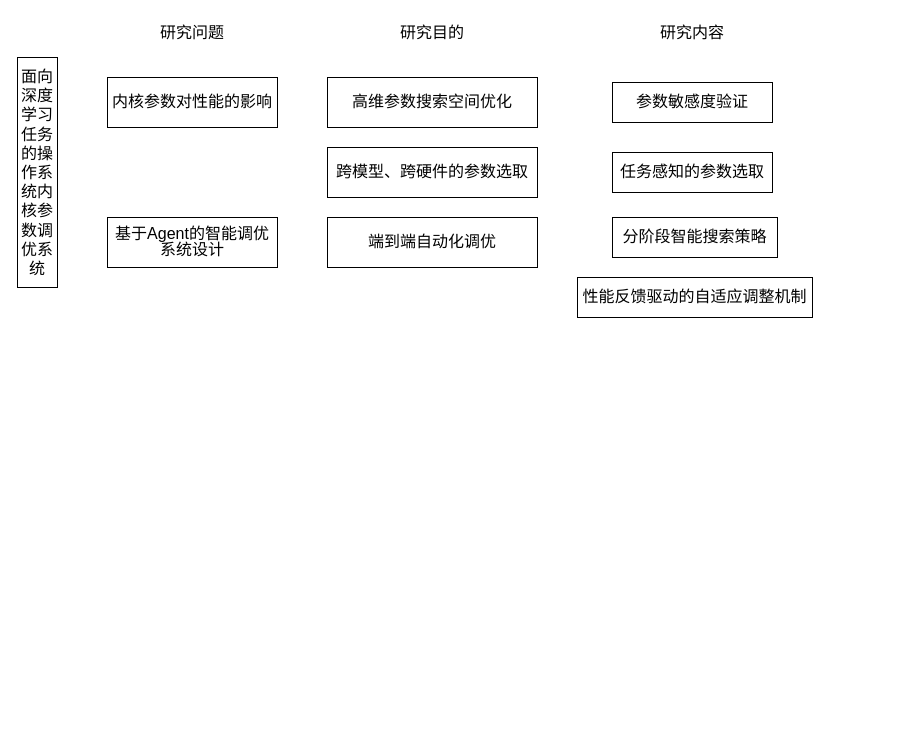
DonCoyi/_pictures keeps this draw.io diagram as 硕士论文1.drawio. Above is the earlier version. Source tidied: cells renumbered, new cells numbered last; positions are measured from the earlier drawing's top-left corner, leaving out a move shared by most shapes. Both pictures are drawn from the tidied source at 100%, with x=0, y=0 at pixel (17, 17).
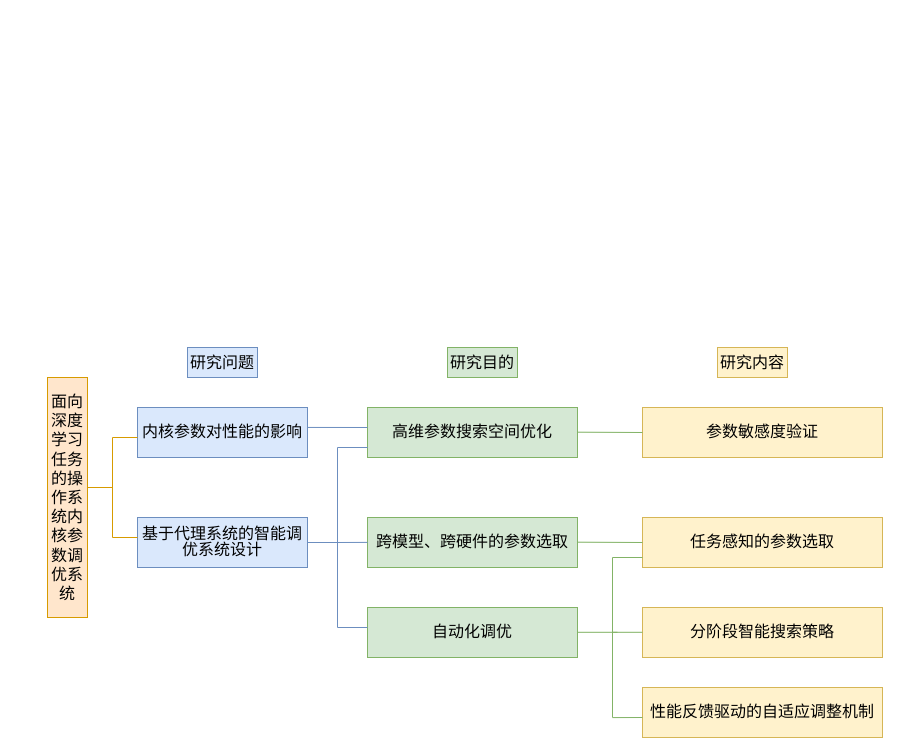
Above is the later version.

Commit message:
更新硕士论文1.drawio

Change to the diagram source:
```diff
@@
-    <mxCell id="2" value="&lt;p class=&quot;MsoNormal&quot; align=&quot;center&quot; style=&quot;text-indent: 0cm; line-height: 120%;&quot;&gt;&lt;font style=&quot;font-size: 16px;&quot;&gt;&lt;a name=&quot;_Toc162113345&quot;&gt;&lt;/a&gt;&lt;a name=&quot;_Toc162125558&quot;&gt;&lt;/a&gt;&lt;a name=&quot;_Toc162125782&quot;&gt;&lt;/a&gt;&lt;a name=&quot;_Toc162200578&quot;&gt;&lt;/a&gt;&lt;a name=&quot;_Toc162626720&quot;&gt;&lt;/a&gt;&lt;a name=&quot;_Toc162702312&quot;&gt;&lt;/a&gt;&lt;a name=&quot;_Toc162807064&quot;&gt;&lt;span style=&quot;line-height: 120%; font-family: 宋体;&quot;&gt;面向深度学习任务的操作系统内核参数调优系统&lt;/span&gt;&lt;/a&gt;&lt;/font&gt;&lt;b&gt;&lt;span lang=&quot;EN-US&quot; style=&quot;font-size:&amp;lt;br/&amp;gt;26.0pt;mso-bidi-font-size:12.0pt;line-height:120%&quot;&gt;&lt;/span&gt;&lt;/b&gt;&lt;/p&gt;" style="rounded=0;whiteSpace=wrap;html=1;" parent="1" vertex="1">
-      <mxGeometry y="40" width="40" height="230" as="geometry" />
+    <mxCell id="2" value="&lt;p class=&quot;MsoNormal&quot; align=&quot;center&quot; style=&quot;text-indent: 0cm; line-height: 120%;&quot;&gt;&lt;font style=&quot;font-size: 16px;&quot;&gt;&lt;a name=&quot;_Toc162113345&quot;&gt;&lt;/a&gt;&lt;a name=&quot;_Toc162125558&quot;&gt;&lt;/a&gt;&lt;a name=&quot;_Toc162125782&quot;&gt;&lt;/a&gt;&lt;a name=&quot;_Toc162200578&quot;&gt;&lt;/a&gt;&lt;a name=&quot;_Toc162626720&quot;&gt;&lt;/a&gt;&lt;a name=&quot;_Toc162702312&quot;&gt;&lt;/a&gt;&lt;a name=&quot;_Toc162807064&quot;&gt;&lt;span style=&quot;line-height: 120%; font-family: 宋体;&quot;&gt;面向深度学习任务的操作系统内核参数调优系统&lt;/span&gt;&lt;/a&gt;&lt;/font&gt;&lt;b&gt;&lt;span lang=&quot;EN-US&quot; style=&quot;font-size:&amp;lt;br/&amp;gt;26.0pt;mso-bidi-font-size:12.0pt;line-height:120%&quot;&gt;&lt;/span&gt;&lt;/b&gt;&lt;/p&gt;" style="rounded=0;whiteSpace=wrap;html=1;fillColor=#ffe6cc;strokeColor=#d79b00;" parent="1" vertex="1">
+      <mxGeometry x="30" y="360" width="40" height="240" as="geometry" />
     </mxCell>
-    <mxCell id="3" value="&lt;p class=&quot;MsoNormal&quot; align=&quot;center&quot; style=&quot;text-indent: 0cm; line-height: 120%;&quot;&gt;&lt;font face=&quot;宋体&quot;&gt;&lt;span style=&quot;font-size: 16px;&quot;&gt;内核参数对性能的影响&lt;/span&gt;&lt;/font&gt;&lt;/p&gt;" style="rounded=0;whiteSpace=wrap;html=1;" parent="1" vertex="1">
-      <mxGeometry x="90" y="60" width="170" height="50" as="geometry" />
+    <mxCell id="3" value="&lt;p class=&quot;MsoNormal&quot; align=&quot;center&quot; style=&quot;text-indent: 0cm; line-height: 120%;&quot;&gt;&lt;font face=&quot;宋体&quot;&gt;&lt;span style=&quot;font-size: 16px;&quot;&gt;内核参数对性能的影响&lt;/span&gt;&lt;/font&gt;&lt;/p&gt;" style="rounded=0;whiteSpace=wrap;html=1;fillColor=#dae8fc;strokeColor=#6c8ebf;" parent="1" vertex="1">
+      <mxGeometry x="120" y="390" width="170" height="50" as="geometry" />
     </mxCell>
-    <mxCell id="4" value="&lt;p class=&quot;MsoNormal&quot; align=&quot;center&quot; style=&quot;text-indent: 0cm; line-height: 120%;&quot;&gt;&lt;font face=&quot;宋体&quot;&gt;&lt;span style=&quot;font-size: 16px;&quot;&gt;基于Agent的智能调优系统设计&lt;/span&gt;&lt;/font&gt;&lt;/p&gt;" style="rounded=0;whiteSpace=wrap;html=1;" parent="1" vertex="1">
-      <mxGeometry x="90" y="200" width="170" height="50" as="geometry" />
+    <mxCell id="4" value="&lt;p class=&quot;MsoNormal&quot; align=&quot;center&quot; style=&quot;text-indent: 0cm; line-height: 120%;&quot;&gt;&lt;font face=&quot;宋体&quot;&gt;&lt;span style=&quot;font-size: 16px;&quot;&gt;基于代理系统的智能调优系统设计&lt;/span&gt;&lt;/font&gt;&lt;/p&gt;" style="rounded=0;whiteSpace=wrap;html=1;fillColor=#dae8fc;strokeColor=#6c8ebf;" parent="1" vertex="1">
+      <mxGeometry x="120" y="500" width="170" height="50" as="geometry" />
     </mxCell>
-    <mxCell id="5" value="&lt;font style=&quot;font-size: 16px;&quot;&gt;研究问题&lt;/font&gt;" style="text;html=1;whiteSpace=wrap;strokeColor=none;fillColor=none;align=center;verticalAlign=middle;rounded=0;" parent="1" vertex="1">
-      <mxGeometry x="140" width="70" height="30" as="geometry" />
+    <mxCell id="5" value="&lt;font style=&quot;font-size: 16px;&quot; face=&quot;宋体&quot;&gt;研究问题&lt;/font&gt;" style="text;html=1;whiteSpace=wrap;strokeColor=#6c8ebf;fillColor=#dae8fc;align=center;verticalAlign=middle;rounded=0;" parent="1" vertex="1">
+      <mxGeometry x="170" y="330" width="70" height="30" as="geometry" />
     </mxCell>
-    <mxCell id="6" value="&lt;span style=&quot;font-size: 16px;&quot;&gt;研究目的&lt;/span&gt;" style="text;html=1;whiteSpace=wrap;strokeColor=none;fillColor=none;align=center;verticalAlign=middle;rounded=0;" parent="1" vertex="1">
-      <mxGeometry x="380" width="70" height="30" as="geometry" />
+    <mxCell id="6" value="&lt;span style=&quot;font-size: 16px;&quot;&gt;&lt;font face=&quot;宋体&quot;&gt;研究目的&lt;/font&gt;&lt;/span&gt;" style="text;html=1;whiteSpace=wrap;strokeColor=#82b366;fillColor=#d5e8d4;align=center;verticalAlign=middle;rounded=0;" parent="1" vertex="1">
+      <mxGeometry x="430" y="330" width="70" height="30" as="geometry" />
     </mxCell>
-    <mxCell id="7" value="&lt;span style=&quot;font-size: 16px;&quot;&gt;研究内容&lt;/span&gt;" style="text;html=1;whiteSpace=wrap;strokeColor=none;fillColor=none;align=center;verticalAlign=middle;rounded=0;" parent="1" vertex="1">
-      <mxGeometry x="640" width="70" height="30" as="geometry" />
+    <mxCell id="7" value="&lt;span style=&quot;font-size: 16px;&quot;&gt;&lt;font face=&quot;宋体&quot;&gt;研究内容&lt;/font&gt;&lt;/span&gt;" style="text;html=1;whiteSpace=wrap;strokeColor=#d6b656;fillColor=#fff2cc;align=center;verticalAlign=middle;rounded=0;" parent="1" vertex="1">
+      <mxGeometry x="700" y="330" width="70" height="30" as="geometry" />
     </mxCell>
-    <mxCell id="8" value="&lt;p class=&quot;MsoNormal&quot; align=&quot;center&quot; style=&quot;text-indent: 0cm; line-height: 120%;&quot;&gt;&lt;font face=&quot;宋体&quot;&gt;&lt;span style=&quot;font-size: 16px;&quot;&gt;高维参数搜索空间优化&lt;/span&gt;&lt;/font&gt;&lt;/p&gt;" style="rounded=0;whiteSpace=wrap;html=1;" parent="1" vertex="1">
-      <mxGeometry x="310" y="60" width="210" height="50" as="geometry" />
+    <mxCell id="8" value="&lt;p class=&quot;MsoNormal&quot; align=&quot;center&quot; style=&quot;text-indent: 0cm; line-height: 120%;&quot;&gt;&lt;font face=&quot;宋体&quot;&gt;&lt;span style=&quot;font-size: 16px;&quot;&gt;高维参数搜索空间优化&lt;/span&gt;&lt;/font&gt;&lt;/p&gt;" style="rounded=0;whiteSpace=wrap;html=1;fillColor=#d5e8d4;strokeColor=#82b366;" parent="1" vertex="1">
+      <mxGeometry x="350" y="390" width="210" height="50" as="geometry" />
     </mxCell>
-    <mxCell id="9" value="&lt;p class=&quot;MsoNormal&quot; align=&quot;center&quot; style=&quot;text-indent: 0cm; line-height: 120%;&quot;&gt;&lt;font face=&quot;宋体&quot;&gt;&lt;span style=&quot;font-size: 16px;&quot;&gt;参数敏感度验证&lt;/span&gt;&lt;/font&gt;&lt;/p&gt;" style="rounded=0;whiteSpace=wrap;html=1;" parent="1" vertex="1">
-      <mxGeometry x="595" y="65" width="160" height="40" as="geometry" />
+    <mxCell id="9" value="&lt;p class=&quot;MsoNormal&quot; align=&quot;center&quot; style=&quot;text-indent: 0cm; line-height: 120%;&quot;&gt;&lt;font face=&quot;宋体&quot;&gt;&lt;span style=&quot;font-size: 16px;&quot;&gt;参数敏感度验证&lt;/span&gt;&lt;/font&gt;&lt;/p&gt;" style="rounded=0;whiteSpace=wrap;html=1;fillColor=#fff2cc;strokeColor=#d6b656;" parent="1" vertex="1">
+      <mxGeometry x="625" y="390" width="240" height="50" as="geometry" />
     </mxCell>
-    <mxCell id="10" value="&lt;p class=&quot;MsoNormal&quot; align=&quot;center&quot; style=&quot;text-indent: 0cm; line-height: 120%;&quot;&gt;&lt;font face=&quot;宋体&quot;&gt;&lt;span style=&quot;font-size: 16px;&quot;&gt;端到端自动化调优&lt;/span&gt;&lt;/font&gt;&lt;/p&gt;" style="rounded=0;whiteSpace=wrap;html=1;" parent="1" vertex="1">
-      <mxGeometry x="310" y="200" width="210" height="50" as="geometry" />
+    <mxCell id="10" value="&lt;p class=&quot;MsoNormal&quot; align=&quot;center&quot; style=&quot;text-indent: 0cm; line-height: 120%;&quot;&gt;&lt;font face=&quot;宋体&quot;&gt;&lt;span style=&quot;font-size: 16px;&quot;&gt;自动化调优&lt;/span&gt;&lt;/font&gt;&lt;/p&gt;" style="rounded=0;whiteSpace=wrap;html=1;fillColor=#d5e8d4;strokeColor=#82b366;" parent="1" vertex="1">
+      <mxGeometry x="350" y="590" width="210" height="50" as="geometry" />
     </mxCell>
-    <mxCell id="11" value="&lt;p class=&quot;MsoNormal&quot; align=&quot;center&quot; style=&quot;text-indent: 0cm; line-height: 120%;&quot;&gt;&lt;font face=&quot;宋体&quot;&gt;&lt;span style=&quot;font-size: 16px;&quot;&gt;分阶段智能搜索策略&lt;/span&gt;&lt;/font&gt;&lt;/p&gt;" style="rounded=0;whiteSpace=wrap;html=1;" parent="1" vertex="1">
-      <mxGeometry x="595" y="200" width="165" height="40" as="geometry" />
+    <mxCell id="11" value="&lt;p class=&quot;MsoNormal&quot; align=&quot;center&quot; style=&quot;text-indent: 0cm; line-height: 120%;&quot;&gt;&lt;font face=&quot;宋体&quot;&gt;&lt;span style=&quot;font-size: 16px;&quot;&gt;分阶段智能搜索策略&lt;/span&gt;&lt;/font&gt;&lt;/p&gt;" style="rounded=0;whiteSpace=wrap;html=1;fillColor=#fff2cc;strokeColor=#d6b656;" parent="1" vertex="1">
+      <mxGeometry x="625" y="590" width="240" height="50" as="geometry" />
     </mxCell>
-    <mxCell id="12" value="&lt;p class=&quot;MsoNormal&quot; align=&quot;center&quot; style=&quot;text-indent: 0cm; line-height: 120%;&quot;&gt;&lt;font face=&quot;宋体&quot;&gt;&lt;span style=&quot;font-size: 16px;&quot;&gt;性能反馈驱动的自适应调整机制&lt;/span&gt;&lt;/font&gt;&lt;/p&gt;" style="rounded=0;whiteSpace=wrap;html=1;" parent="1" vertex="1">
-      <mxGeometry x="560" y="260" width="235" height="40" as="geometry" />
+    <mxCell id="12" value="&lt;p class=&quot;MsoNormal&quot; align=&quot;center&quot; style=&quot;text-indent: 0cm; line-height: 120%;&quot;&gt;&lt;font face=&quot;宋体&quot;&gt;&lt;span style=&quot;font-size: 16px;&quot;&gt;性能反馈驱动的自适应调整机制&lt;/span&gt;&lt;/font&gt;&lt;/p&gt;" style="rounded=0;whiteSpace=wrap;html=1;fillColor=#fff2cc;strokeColor=#d6b656;" parent="1" vertex="1">
+      <mxGeometry x="625" y="670" width="240" height="50" as="geometry" />
     </mxCell>
-    <mxCell id="13" value="&lt;p class=&quot;MsoNormal&quot; align=&quot;center&quot; style=&quot;text-indent: 0cm; line-height: 120%;&quot;&gt;&lt;font face=&quot;宋体&quot;&gt;&lt;span style=&quot;font-size: 16px;&quot;&gt;任务感知的参数选取&lt;/span&gt;&lt;/font&gt;&lt;/p&gt;" style="rounded=0;whiteSpace=wrap;html=1;" parent="1" vertex="1">
-      <mxGeometry x="595" y="135" width="160" height="40" as="geometry" />
+    <mxCell id="13" value="&lt;p class=&quot;MsoNormal&quot; align=&quot;center&quot; style=&quot;text-indent: 0cm; line-height: 120%;&quot;&gt;&lt;font face=&quot;宋体&quot;&gt;&lt;span style=&quot;font-size: 16px;&quot;&gt;任务感知的参数选取&lt;/span&gt;&lt;/font&gt;&lt;/p&gt;" style="rounded=0;whiteSpace=wrap;html=1;fillColor=#fff2cc;strokeColor=#d6b656;" parent="1" vertex="1">
+      <mxGeometry x="625" y="500" width="240" height="50" as="geometry" />
     </mxCell>
-    <mxCell id="14" value="&lt;p class=&quot;MsoNormal&quot; align=&quot;center&quot; style=&quot;text-indent: 0cm; line-height: 120%;&quot;&gt;&lt;font face=&quot;宋体&quot;&gt;&lt;span style=&quot;font-size: 16px;&quot;&gt;跨模型、跨硬件的参数选取&lt;/span&gt;&lt;/font&gt;&lt;/p&gt;" style="rounded=0;whiteSpace=wrap;html=1;" parent="1" vertex="1">
-      <mxGeometry x="310" y="130" width="210" height="50" as="geometry" />
+    <mxCell id="14" value="&lt;p class=&quot;MsoNormal&quot; align=&quot;center&quot; style=&quot;text-indent: 0cm; line-height: 120%;&quot;&gt;&lt;font face=&quot;宋体&quot;&gt;&lt;span style=&quot;font-size: 16px;&quot;&gt;跨模型、跨硬件的参数选取&lt;/span&gt;&lt;/font&gt;&lt;/p&gt;" style="rounded=0;whiteSpace=wrap;html=1;fillColor=#d5e8d4;strokeColor=#82b366;" parent="1" vertex="1">
+      <mxGeometry x="350" y="500" width="210" height="50" as="geometry" />
     </mxCell>
+    <mxCell id="15" style="strokeWidth=1;html=1;shape=mxgraph.flowchart.annotation_2;align=left;labelPosition=right;fillColor=#ffe6cc;strokeColor=#d79b00;" parent="1" vertex="1">
+      <mxGeometry x="70" y="420" width="50" height="100" as="geometry" />
+    </mxCell>
+    <mxCell id="16" style="endArrow=none;html=1;rounded=0;exitX=1.002;exitY=0.399;exitDx=0;exitDy=0;exitPerimeter=0;fillColor=#dae8fc;strokeColor=#6c8ebf;" parent="1" edge="1" source="3">
+      <mxGeometry relative="1" as="geometry">
+        <mxPoint x="350" y="410" as="targetPoint" />
+      </mxGeometry>
+    </mxCell>
+    <mxCell id="17" style="endArrow=none;html=1;rounded=0;exitX=1.002;exitY=0.399;exitDx=0;exitDy=0;exitPerimeter=0;fillColor=#d5e8d4;strokeColor=#82b366;entryX=0;entryY=0.5;entryDx=0;entryDy=0;" parent="1" edge="1" target="9">
+      <mxGeometry relative="1" as="geometry">
+        <mxPoint x="560" y="414.7" as="sourcePoint" />
+      </mxGeometry>
+    </mxCell>
+    <mxCell id="18" style="endArrow=none;html=1;rounded=0;exitX=1.002;exitY=0.399;exitDx=0;exitDy=0;exitPerimeter=0;fillColor=#d5e8d4;strokeColor=#82b366;entryX=0;entryY=0.5;entryDx=0;entryDy=0;" parent="1" edge="1">
+      <mxGeometry relative="1" as="geometry">
+        <mxPoint x="560" y="524.7" as="sourcePoint" />
+        <mxPoint x="625" y="525" as="targetPoint" />
+      </mxGeometry>
+    </mxCell>
+    <mxCell id="19" style="endArrow=none;html=1;rounded=0;exitX=1;exitY=0.5;exitDx=0;exitDy=0;fillColor=#dae8fc;strokeColor=#6c8ebf;" parent="1" edge="1" source="4">
+      <mxGeometry relative="1" as="geometry">
+        <mxPoint x="320" y="525" as="targetPoint" />
+      </mxGeometry>
+    </mxCell>
+    <mxCell id="20" style="endArrow=none;html=1;rounded=0;fillColor=#dae8fc;strokeColor=#6c8ebf;" parent="1" edge="1">
+      <mxGeometry relative="1" as="geometry">
+        <mxPoint x="320" y="525" as="sourcePoint" />
+        <mxPoint x="350" y="524.9" as="targetPoint" />
+      </mxGeometry>
+    </mxCell>
+    <mxCell id="21" style="endArrow=none;html=1;rounded=0;fillColor=#dae8fc;strokeColor=#6c8ebf;" parent="1" edge="1">
+      <mxGeometry relative="1" as="geometry">
+        <mxPoint x="320" y="610" as="sourcePoint" />
+        <mxPoint x="350" y="610" as="targetPoint" />
+      </mxGeometry>
+    </mxCell>
+    <mxCell id="22" style="endArrow=none;html=1;rounded=0;exitX=1;exitY=0.5;exitDx=0;exitDy=0;fillColor=#dae8fc;strokeColor=#6c8ebf;" parent="1" edge="1">
+      <mxGeometry relative="1" as="geometry">
+        <mxPoint x="330" y="430" as="sourcePoint" />
+        <mxPoint x="350" y="430" as="targetPoint" />
+      </mxGeometry>
+    </mxCell>
+    <mxCell id="23" style="endArrow=none;html=1;rounded=0;fillColor=#dae8fc;strokeColor=#6c8ebf;" parent="1" edge="1">
+      <mxGeometry relative="1" as="geometry">
+        <mxPoint x="320" y="430" as="sourcePoint" />
+        <mxPoint x="350" y="430" as="targetPoint" />
+      </mxGeometry>
+    </mxCell>
+    <mxCell id="24" style="endArrow=none;html=1;rounded=0;fillColor=#dae8fc;strokeColor=#6c8ebf;" parent="1" edge="1">
+      <mxGeometry relative="1" as="geometry">
+        <mxPoint x="320" y="430" as="sourcePoint" />
+        <mxPoint x="320" y="610" as="targetPoint" />
+      </mxGeometry>
+    </mxCell>
+    <mxCell id="25" style="endArrow=none;html=1;rounded=0;exitX=1;exitY=0.5;exitDx=0;exitDy=0;fillColor=#d5e8d4;strokeColor=#82b366;" parent="1" edge="1">
+      <mxGeometry relative="1" as="geometry">
+        <mxPoint x="560" y="614.8" as="sourcePoint" />
+        <mxPoint x="600" y="614.8" as="targetPoint" />
+        <Array as="points">
+          <mxPoint x="560" y="614.8" />
+        </Array>
+      </mxGeometry>
+    </mxCell>
+    <mxCell id="26" style="endArrow=none;html=1;rounded=0;fillColor=#d5e8d4;strokeColor=#82b366;" parent="1" edge="1">
+      <mxGeometry relative="1" as="geometry">
+        <mxPoint x="595" y="700.1" as="sourcePoint" />
+        <mxPoint x="625" y="700" as="targetPoint" />
+      </mxGeometry>
+    </mxCell>
+    <mxCell id="27" style="endArrow=none;html=1;rounded=0;fillColor=#d5e8d4;strokeColor=#82b366;" parent="1" edge="1">
+      <mxGeometry relative="1" as="geometry">
+        <mxPoint x="595" y="540" as="sourcePoint" />
+        <mxPoint x="625" y="540" as="targetPoint" />
+      </mxGeometry>
+    </mxCell>
+    <mxCell id="28" style="endArrow=none;html=1;rounded=0;fillColor=#d5e8d4;strokeColor=#82b366;" parent="1" edge="1">
+      <mxGeometry relative="1" as="geometry">
+        <mxPoint x="595" y="614.8" as="sourcePoint" />
+        <mxPoint x="625" y="614.8" as="targetPoint" />
+      </mxGeometry>
+    </mxCell>
+    <mxCell id="29" style="endArrow=none;html=1;rounded=0;fillColor=#d5e8d4;strokeColor=#82b366;" parent="1" edge="1">
+      <mxGeometry relative="1" as="geometry">
+        <mxPoint x="595" y="540" as="sourcePoint" />
+        <mxPoint x="595" y="700" as="targetPoint" />
+      </mxGeometry>
+    </mxCell>
```
